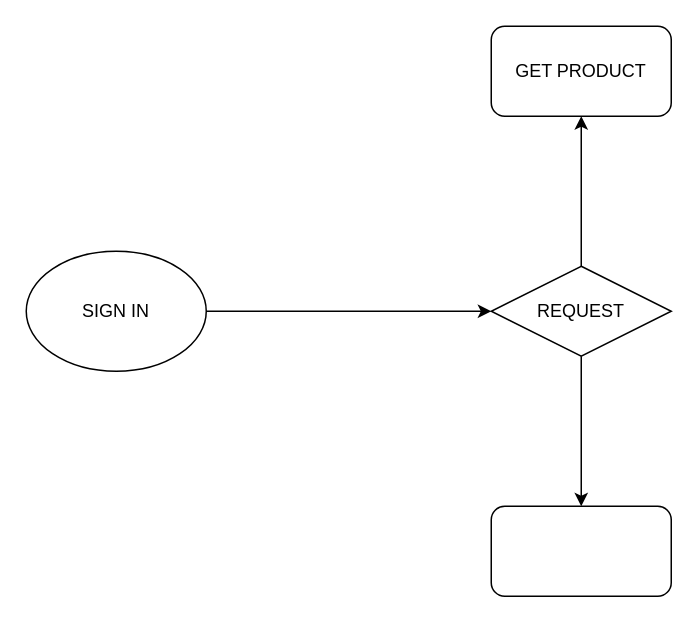
The draw.io diagram PEEBO.drawio in sprusrxeroxx/PEEBO, before the edit. Source tidied: cells renumbered, new cells numbered last; positions are measured from the earlier drawing's top-left corner, leaving out a move shared by most shapes. Both pictures are drawn from the tidied source at 150%, with x=0, y=0 at pixel (26, 26).
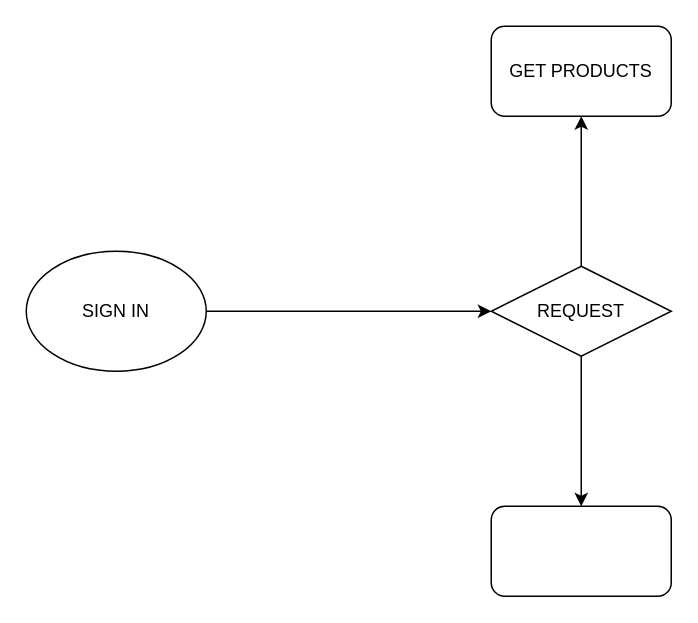
The same page after the edit.

The edit, as a diff of the source:
```diff
@@
 <mxGraphModel>
   <root>
     <mxCell id="0" />
     <mxCell id="1" parent="0" />
     <mxCell id="2" style="edgeStyle=orthogonalEdgeStyle;rounded=0;jettySize=auto;html=1;exitX=1;exitY=0.5;exitDx=0;exitDy=0;" parent="1" edge="1" source="3" target="6">
       <mxGeometry relative="1" as="geometry" />
     </mxCell>
     <mxCell id="3" value="SIGN IN" style="ellipse;whiteSpace=wrap;html=1;" parent="1" vertex="1">
       <mxGeometry y="150" width="120" height="80" as="geometry" />
     </mxCell>
     <mxCell id="4" style="edgeStyle=orthogonalEdgeStyle;rounded=0;jettySize=auto;html=1;exitX=0.5;exitY=0;exitDx=0;exitDy=0;entryX=0.5;entryY=1;entryDx=0;entryDy=0;" parent="1" edge="1" source="6" target="7">
       <mxGeometry relative="1" as="geometry" />
     </mxCell>
     <mxCell id="5" style="edgeStyle=orthogonalEdgeStyle;rounded=0;jettySize=auto;html=1;exitX=0.5;exitY=1;exitDx=0;exitDy=0;entryX=0.5;entryY=0;entryDx=0;entryDy=0;" parent="1" edge="1" source="6" target="8">
       <mxGeometry relative="1" as="geometry" />
     </mxCell>
     <mxCell id="6" value="REQUEST" style="rounded=0;whiteSpace=wrap;html=1;shape=rhombus;perimeter=rhombusPerimeter;" parent="1" vertex="1">
       <mxGeometry x="310" y="160" width="120" height="60" as="geometry" />
     </mxCell>
-    <mxCell id="7" value="GET PRODUCT" style="rounded=1;whiteSpace=wrap;html=1;" parent="1" vertex="1">
+    <mxCell id="7" value="GET PRODUCTS" style="rounded=1;whiteSpace=wrap;html=1;" parent="1" vertex="1">
       <mxGeometry x="310" width="120" height="60" as="geometry" />
     </mxCell>
     <mxCell id="8" style="rounded=1;whiteSpace=wrap;html=1;" parent="1" vertex="1">
       <mxGeometry x="310" y="320" width="120" height="60" as="geometry" />
     </mxCell>
   </root>
 </mxGraphModel>
```
